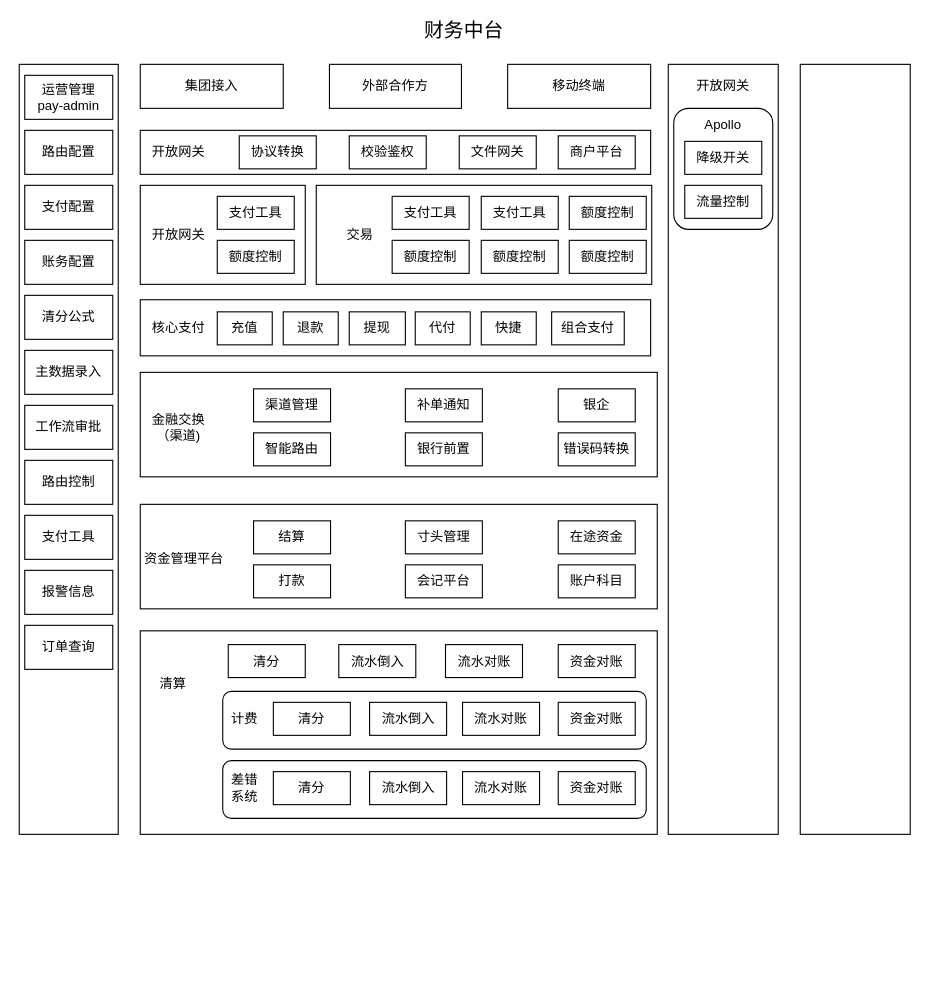
This is 财务中台架构图.drawio from ythawed/diagrams, a draw.io file, before an edit. Source tidied: cells renumbered, new cells numbered last; positions are measured from the earlier drawing's top-left corner, leaving out a move shared by most shapes. Both pictures are drawn from the tidied source at 110%, with x=0, y=0 at pixel (19, 20).
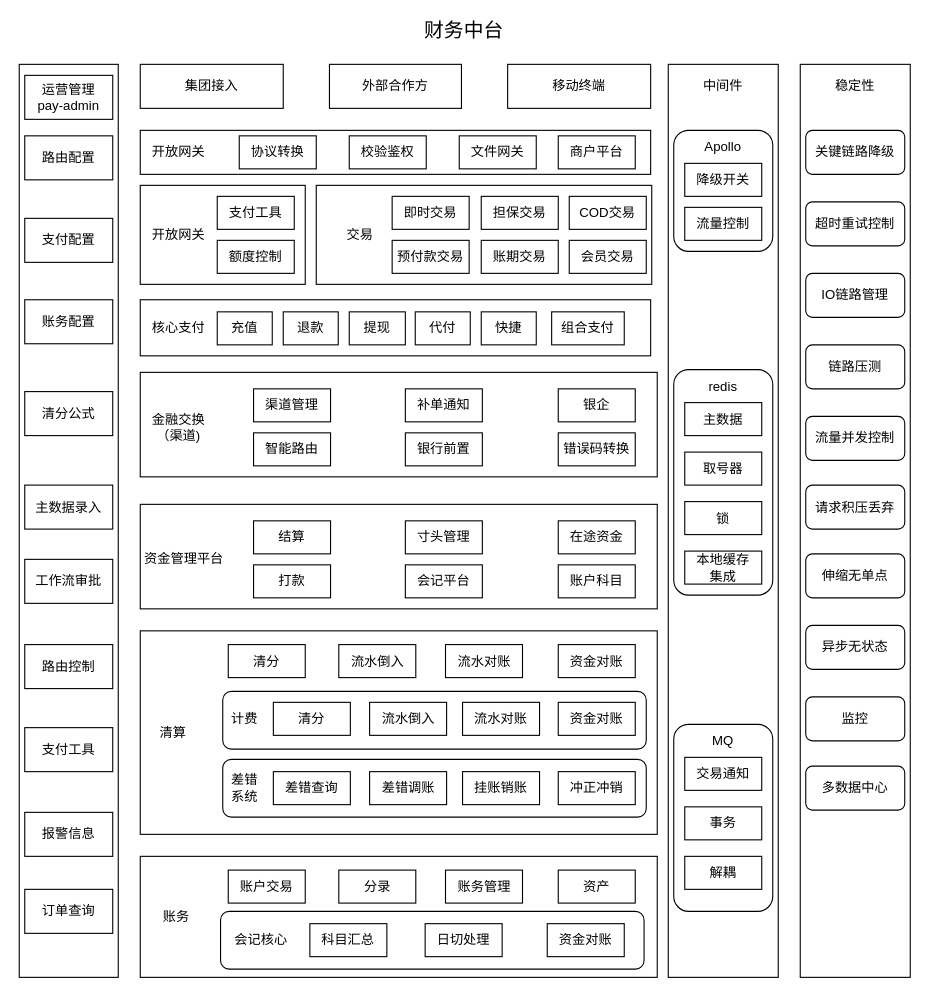
The same diagram, later.

Commit message:
Update 财务中台架构图.drawio

Change to the diagram source:
```diff
@@
+    <mxCell id="67" style="rounded=0;whiteSpace=wrap;html=1;" parent="1" vertex="1">
+      <mxGeometry x="110" y="555" width="470" height="185" as="geometry" />
+    </mxCell>
+    <mxCell id="77" style="rounded=1;whiteSpace=wrap;html=1;fillColor=none;" parent="1" vertex="1">
+      <mxGeometry x="185" y="610" width="385" height="52.5" as="geometry" />
+    </mxCell>
@@
     <mxCell id="3" style="rounded=0;whiteSpace=wrap;html=1;" parent="1" vertex="1">
-      <mxGeometry y="40" width="90" height="700" as="geometry" />
+      <mxGeometry y="40" width="90" height="830" as="geometry" />
     </mxCell>
@@
     <mxCell id="8" value="路由配置" style="rounded=0;whiteSpace=wrap;html=1;" parent="1" vertex="1">
-      <mxGeometry x="5" y="100" width="80" height="40" as="geometry" />
+      <mxGeometry x="5" y="105" width="80" height="40" as="geometry" />
     </mxCell>
     <mxCell id="9" value="支付配置" style="rounded=0;whiteSpace=wrap;html=1;" parent="1" vertex="1">
-      <mxGeometry x="5" y="150" width="80" height="40" as="geometry" />
+      <mxGeometry x="5" y="180" width="80" height="40" as="geometry" />
     </mxCell>
     <mxCell id="10" value="账务配置" style="rounded=0;whiteSpace=wrap;html=1;" parent="1" vertex="1">
-      <mxGeometry x="5" y="200" width="80" height="40" as="geometry" />
+      <mxGeometry x="5" y="254" width="80" height="40" as="geometry" />
     </mxCell>
     <mxCell id="11" value="清分公式" style="rounded=0;whiteSpace=wrap;html=1;" parent="1" vertex="1">
-      <mxGeometry x="5" y="250" width="80" height="40" as="geometry" />
+      <mxGeometry x="5" y="337.5" width="80" height="40" as="geometry" />
     </mxCell>
     <mxCell id="12" value="主数据录入" style="rounded=0;whiteSpace=wrap;html=1;" parent="1" vertex="1">
-      <mxGeometry x="5" y="300" width="80" height="40" as="geometry" />
+      <mxGeometry x="5" y="422.5" width="80" height="40" as="geometry" />
     </mxCell>
     <mxCell id="13" value="工作流审批" style="rounded=0;whiteSpace=wrap;html=1;" parent="1" vertex="1">
-      <mxGeometry x="5" y="350" width="80" height="40" as="geometry" />
+      <mxGeometry x="5" y="490" width="80" height="40" as="geometry" />
     </mxCell>
     <mxCell id="14" value="路由控制" style="rounded=0;whiteSpace=wrap;html=1;" parent="1" vertex="1">
-      <mxGeometry x="5" y="400" width="80" height="40" as="geometry" />
+      <mxGeometry x="5" y="567.5" width="80" height="40" as="geometry" />
     </mxCell>
     <mxCell id="15" value="支付工具" style="rounded=0;whiteSpace=wrap;html=1;" parent="1" vertex="1">
-      <mxGeometry x="5" y="450" width="80" height="40" as="geometry" />
+      <mxGeometry x="5" y="643" width="80" height="40" as="geometry" />
     </mxCell>
     <mxCell id="16" value="报警信息" style="rounded=0;whiteSpace=wrap;html=1;" parent="1" vertex="1">
-      <mxGeometry x="5" y="500" width="80" height="40" as="geometry" />
+      <mxGeometry x="5" y="720" width="80" height="40" as="geometry" />
     </mxCell>
     <mxCell id="17" value="订单查询" style="rounded=0;whiteSpace=wrap;html=1;" parent="1" vertex="1">
-      <mxGeometry x="5" y="550" width="80" height="40" as="geometry" />
+      <mxGeometry x="5" y="790" width="80" height="40" as="geometry" />
     </mxCell>
     <mxCell id="18" style="rounded=0;whiteSpace=wrap;html=1;" parent="1" vertex="1">
-      <mxGeometry x="590" y="40" width="100" height="700" as="geometry" />
+      <mxGeometry x="590" y="40" width="100" height="830" as="geometry" />
     </mxCell>
     <mxCell id="19" style="rounded=0;whiteSpace=wrap;html=1;" parent="1" vertex="1">
-      <mxGeometry x="710" y="40" width="100" height="700" as="geometry" />
+      <mxGeometry x="710" y="40" width="100" height="830" as="geometry" />
     </mxCell>
@@
-    <mxCell id="32" value="&lt;font style=&quot;font-size: 12px&quot;&gt;支付工具&lt;/font&gt;" style="rounded=0;whiteSpace=wrap;html=1;" parent="1" vertex="1">
+    <mxCell id="32" value="&lt;font style=&quot;font-size: 12px&quot;&gt;即时交易&lt;/font&gt;" style="rounded=0;whiteSpace=wrap;html=1;" parent="1" vertex="1">
       <mxGeometry x="339" y="160" width="70" height="30" as="geometry" />
     </mxCell>
-    <mxCell id="33" value="&lt;font style=&quot;font-size: 12px&quot;&gt;额度控制&lt;/font&gt;" style="rounded=0;whiteSpace=wrap;html=1;" parent="1" vertex="1">
+    <mxCell id="33" value="&lt;font style=&quot;font-size: 12px&quot;&gt;预付款交易&lt;/font&gt;" style="rounded=0;whiteSpace=wrap;html=1;" parent="1" vertex="1">
       <mxGeometry x="339" y="200" width="70" height="30" as="geometry" />
     </mxCell>
-    <mxCell id="34" value="&lt;font style=&quot;font-size: 12px&quot;&gt;支付工具&lt;/font&gt;" style="rounded=0;whiteSpace=wrap;html=1;" parent="1" vertex="1">
+    <mxCell id="34" value="&lt;font style=&quot;font-size: 12px&quot;&gt;担保交易&lt;br&gt;&lt;/font&gt;" style="rounded=0;whiteSpace=wrap;html=1;" parent="1" vertex="1">
       <mxGeometry x="420" y="160" width="70" height="30" as="geometry" />
     </mxCell>
-    <mxCell id="35" value="&lt;font style=&quot;font-size: 12px&quot;&gt;额度控制&lt;/font&gt;" style="rounded=0;whiteSpace=wrap;html=1;" parent="1" vertex="1">
+    <mxCell id="35" value="&lt;font style=&quot;font-size: 12px&quot;&gt;账期交易&lt;/font&gt;" style="rounded=0;whiteSpace=wrap;html=1;" parent="1" vertex="1">
       <mxGeometry x="420" y="200" width="70" height="30" as="geometry" />
     </mxCell>
-    <mxCell id="36" value="&lt;font style=&quot;font-size: 12px&quot;&gt;额度控制&lt;/font&gt;" style="rounded=0;whiteSpace=wrap;html=1;" parent="1" vertex="1">
+    <mxCell id="36" value="&lt;font style=&quot;font-size: 12px&quot;&gt;COD交易&lt;/font&gt;" style="rounded=0;whiteSpace=wrap;html=1;" parent="1" vertex="1">
       <mxGeometry x="500" y="160" width="70" height="30" as="geometry" />
     </mxCell>
-    <mxCell id="37" value="&lt;font style=&quot;font-size: 12px&quot;&gt;额度控制&lt;/font&gt;" style="rounded=0;whiteSpace=wrap;html=1;" parent="1" vertex="1">
+    <mxCell id="37" value="&lt;font style=&quot;font-size: 12px&quot;&gt;会员交易&lt;/font&gt;" style="rounded=0;whiteSpace=wrap;html=1;" parent="1" vertex="1">
       <mxGeometry x="500" y="200" width="70" height="30" as="geometry" />
     </mxCell>
@@
-    <mxCell id="46" value="&lt;font style=&quot;font-size: 12px&quot;&gt;开放网关&lt;/font&gt;" style="rounded=0;whiteSpace=wrap;html=1;fillColor=none;strokeColor=none;" parent="1" vertex="1">
+    <mxCell id="46" value="&lt;font style=&quot;font-size: 12px&quot;&gt;中间件&lt;/font&gt;" style="rounded=0;whiteSpace=wrap;html=1;fillColor=none;strokeColor=none;" parent="1" vertex="1">
       <mxGeometry x="605" y="40" width="70" height="40" as="geometry" />
     </mxCell>
     <mxCell id="47" style="rounded=1;whiteSpace=wrap;html=1;fillColor=none;" parent="1" vertex="1">
-      <mxGeometry x="595" y="80" width="90" height="110" as="geometry" />
+      <mxGeometry x="595" y="100" width="90" height="110" as="geometry" />
     </mxCell>
     <mxCell id="48" value="Apollo" style="text;html=1;strokeColor=none;fillColor=none;align=center;verticalAlign=middle;whiteSpace=wrap;rounded=0;" parent="1" vertex="1">
-      <mxGeometry x="620" y="85" width="40" height="20" as="geometry" />
+      <mxGeometry x="620" y="105" width="40" height="20" as="geometry" />
     </mxCell>
     <mxCell id="49" value="降级开关" style="rounded=0;whiteSpace=wrap;html=1;" parent="1" vertex="1">
-      <mxGeometry x="605" y="110" width="70" height="30" as="geometry" />
+      <mxGeometry x="605" y="130" width="70" height="30" as="geometry" />
     </mxCell>
     <mxCell id="50" value="流量控制" style="rounded=0;whiteSpace=wrap;html=1;" parent="1" vertex="1">
-      <mxGeometry x="605" y="150" width="70" height="30" as="geometry" />
+      <mxGeometry x="605" y="170" width="70" height="30" as="geometry" />
     </mxCell>
@@
-    <mxCell id="67" style="rounded=0;whiteSpace=wrap;html=1;" parent="1" vertex="1">
-      <mxGeometry x="110" y="555" width="470" height="185" as="geometry" />
-    </mxCell>
     <mxCell id="68" value="&lt;font style=&quot;font-size: 12px&quot;&gt;清算&lt;br&gt;&lt;/font&gt;" style="rounded=0;whiteSpace=wrap;html=1;fillColor=none;strokeColor=none;" parent="1" vertex="1">
-      <mxGeometry x="100" y="582.5" width="80" height="40" as="geometry" />
+      <mxGeometry x="100" y="627.5" width="80" height="40" as="geometry" />
     </mxCell>
@@
+    <mxCell id="78" value="&lt;font style=&quot;font-size: 12px&quot;&gt;计费&lt;br&gt;&lt;/font&gt;" style="rounded=0;whiteSpace=wrap;html=1;fillColor=none;strokeColor=none;" parent="1" vertex="1">
+      <mxGeometry x="165" y="615" width="80" height="40" as="geometry" />
+    </mxCell>
+    <mxCell id="83" style="rounded=1;whiteSpace=wrap;html=1;fillColor=none;" parent="1" vertex="1">
+      <mxGeometry x="185" y="671.8" width="385" height="52.5" as="geometry" />
+    </mxCell>
+    <mxCell id="84" value="&lt;font style=&quot;font-size: 12px&quot;&gt;差错&lt;br&gt;系统&lt;br&gt;&lt;/font&gt;" style="rounded=0;whiteSpace=wrap;html=1;fillColor=none;strokeColor=none;" parent="1" vertex="1">
+      <mxGeometry x="165" y="678" width="80" height="40" as="geometry" />
+    </mxCell>
@@
-    <mxCell id="77" style="rounded=1;whiteSpace=wrap;html=1;fillColor=none;" parent="1" vertex="1">
-      <mxGeometry x="185" y="610" width="385" height="52.5" as="geometry" />
-    </mxCell>
-    <mxCell id="78" value="&lt;font style=&quot;font-size: 12px&quot;&gt;计费&lt;br&gt;&lt;/font&gt;" style="rounded=0;whiteSpace=wrap;html=1;fillColor=none;strokeColor=none;" parent="1" vertex="1">
-      <mxGeometry x="165" y="615" width="80" height="40" as="geometry" />
-    </mxCell>
-    <mxCell id="79" value="&lt;font style=&quot;font-size: 12px&quot;&gt;流水倒入&lt;/font&gt;" style="rounded=0;whiteSpace=wrap;html=1;" parent="1" vertex="1">
+    <mxCell id="79" value="&lt;font style=&quot;font-size: 12px&quot;&gt;差错调账&lt;/font&gt;" style="rounded=0;whiteSpace=wrap;html=1;" parent="1" vertex="1">
       <mxGeometry x="318.5" y="683" width="70" height="30" as="geometry" />
     </mxCell>
-    <mxCell id="80" value="流水对账" style="rounded=0;whiteSpace=wrap;html=1;" parent="1" vertex="1">
+    <mxCell id="80" value="挂账销账" style="rounded=0;whiteSpace=wrap;html=1;" parent="1" vertex="1">
       <mxGeometry x="403" y="683" width="70" height="30" as="geometry" />
     </mxCell>
-    <mxCell id="81" value="&lt;font style=&quot;font-size: 12px&quot;&gt;资金对账&lt;/font&gt;" style="rounded=0;whiteSpace=wrap;html=1;" parent="1" vertex="1">
+    <mxCell id="81" value="&lt;font style=&quot;font-size: 12px&quot;&gt;冲正冲销&lt;/font&gt;" style="rounded=0;whiteSpace=wrap;html=1;" parent="1" vertex="1">
       <mxGeometry x="490" y="683" width="70" height="30" as="geometry" />
     </mxCell>
-    <mxCell id="82" value="清分" style="rounded=0;whiteSpace=wrap;html=1;" parent="1" vertex="1">
+    <mxCell id="82" value="差错查询" style="rounded=0;whiteSpace=wrap;html=1;" parent="1" vertex="1">
       <mxGeometry x="231" y="683" width="70" height="30" as="geometry" />
     </mxCell>
-    <mxCell id="83" style="rounded=1;whiteSpace=wrap;html=1;fillColor=none;" parent="1" vertex="1">
-      <mxGeometry x="185" y="673" width="385" height="52.5" as="geometry" />
-    </mxCell>
-    <mxCell id="84" value="&lt;font style=&quot;font-size: 12px&quot;&gt;差错&lt;br&gt;系统&lt;br&gt;&lt;/font&gt;" style="rounded=0;whiteSpace=wrap;html=1;fillColor=none;strokeColor=none;" parent="1" vertex="1">
-      <mxGeometry x="165" y="678" width="80" height="40" as="geometry" />
-    </mxCell>
+    <mxCell id="85" style="rounded=0;whiteSpace=wrap;html=1;" parent="1" vertex="1">
+      <mxGeometry x="110" y="760" width="470" height="110" as="geometry" />
+    </mxCell>
+    <mxCell id="86" style="rounded=1;whiteSpace=wrap;html=1;fillColor=none;" parent="1" vertex="1">
+      <mxGeometry x="183" y="810" width="385" height="52.5" as="geometry" />
+    </mxCell>
+    <mxCell id="87" value="分录" style="rounded=0;whiteSpace=wrap;html=1;" parent="1" vertex="1">
+      <mxGeometry x="290.5" y="772.5" width="70" height="30" as="geometry" />
+    </mxCell>
+    <mxCell id="88" value="账务管理" style="rounded=0;whiteSpace=wrap;html=1;" parent="1" vertex="1">
+      <mxGeometry x="387.5" y="772.5" width="70" height="30" as="geometry" />
+    </mxCell>
+    <mxCell id="89" value="&lt;font style=&quot;font-size: 12px&quot;&gt;资产&lt;/font&gt;" style="rounded=0;whiteSpace=wrap;html=1;" parent="1" vertex="1">
+      <mxGeometry x="490" y="772.5" width="70" height="30" as="geometry" />
+    </mxCell>
+    <mxCell id="90" value="账户交易" style="rounded=0;whiteSpace=wrap;html=1;" parent="1" vertex="1">
+      <mxGeometry x="190" y="772.5" width="70" height="30" as="geometry" />
+    </mxCell>
+    <mxCell id="91" value="&lt;font style=&quot;font-size: 12px&quot;&gt;会记核心&lt;br&gt;&lt;/font&gt;" style="rounded=0;whiteSpace=wrap;html=1;fillColor=none;strokeColor=none;" parent="1" vertex="1">
+      <mxGeometry x="180" y="816.2" width="80" height="40" as="geometry" />
+    </mxCell>
+    <mxCell id="92" value="&lt;font style=&quot;font-size: 12px&quot;&gt;科目汇总&lt;/font&gt;" style="rounded=0;whiteSpace=wrap;html=1;" parent="1" vertex="1">
+      <mxGeometry x="264.2" y="821.2" width="70" height="30" as="geometry" />
+    </mxCell>
+    <mxCell id="93" value="日切处理" style="rounded=0;whiteSpace=wrap;html=1;" parent="1" vertex="1">
+      <mxGeometry x="369" y="821.2" width="70" height="30" as="geometry" />
+    </mxCell>
+    <mxCell id="94" value="&lt;font style=&quot;font-size: 12px&quot;&gt;资金对账&lt;/font&gt;" style="rounded=0;whiteSpace=wrap;html=1;" parent="1" vertex="1">
+      <mxGeometry x="480" y="821.2" width="70" height="30" as="geometry" />
+    </mxCell>
+    <mxCell id="95" value="&lt;font style=&quot;font-size: 12px&quot;&gt;账务&lt;br&gt;&lt;/font&gt;" style="rounded=0;whiteSpace=wrap;html=1;fillColor=none;strokeColor=none;" parent="1" vertex="1">
+      <mxGeometry x="103" y="795" width="80" height="40" as="geometry" />
+    </mxCell>
+    <mxCell id="96" style="rounded=1;whiteSpace=wrap;html=1;fillColor=none;" parent="1" vertex="1">
+      <mxGeometry x="595" y="317.5" width="90" height="205" as="geometry" />
+    </mxCell>
+    <mxCell id="97" value="redis" style="text;html=1;strokeColor=none;fillColor=none;align=center;verticalAlign=middle;whiteSpace=wrap;rounded=0;" parent="1" vertex="1">
+      <mxGeometry x="620" y="322.5" width="40" height="20" as="geometry" />
+    </mxCell>
+    <mxCell id="98" value="主数据" style="rounded=0;whiteSpace=wrap;html=1;" parent="1" vertex="1">
+      <mxGeometry x="605" y="347.5" width="70" height="30" as="geometry" />
+    </mxCell>
+    <mxCell id="99" value="取号器" style="rounded=0;whiteSpace=wrap;html=1;" parent="1" vertex="1">
+      <mxGeometry x="605" y="392.5" width="70" height="30" as="geometry" />
+    </mxCell>
+    <mxCell id="100" value="锁" style="rounded=0;whiteSpace=wrap;html=1;" parent="1" vertex="1">
+      <mxGeometry x="605" y="437.5" width="70" height="30" as="geometry" />
+    </mxCell>
+    <mxCell id="101" value="本地缓存&lt;br&gt;集成" style="rounded=0;whiteSpace=wrap;html=1;" parent="1" vertex="1">
+      <mxGeometry x="605" y="482.5" width="70" height="30" as="geometry" />
+    </mxCell>
+    <mxCell id="102" style="rounded=1;whiteSpace=wrap;html=1;fillColor=none;" parent="1" vertex="1">
+      <mxGeometry x="595" y="640" width="90" height="170" as="geometry" />
+    </mxCell>
+    <mxCell id="103" value="MQ" style="text;html=1;strokeColor=none;fillColor=none;align=center;verticalAlign=middle;whiteSpace=wrap;rounded=0;" parent="1" vertex="1">
+      <mxGeometry x="620" y="645" width="40" height="20" as="geometry" />
+    </mxCell>
+    <mxCell id="104" value="交易通知" style="rounded=0;whiteSpace=wrap;html=1;" parent="1" vertex="1">
+      <mxGeometry x="605" y="670" width="70" height="30" as="geometry" />
+    </mxCell>
+    <mxCell id="105" value="事务" style="rounded=0;whiteSpace=wrap;html=1;" parent="1" vertex="1">
+      <mxGeometry x="605" y="715" width="70" height="30" as="geometry" />
+    </mxCell>
+    <mxCell id="106" value="解耦" style="rounded=0;whiteSpace=wrap;html=1;" parent="1" vertex="1">
+      <mxGeometry x="605" y="760" width="70" height="30" as="geometry" />
+    </mxCell>
+    <mxCell id="107" value="&lt;font style=&quot;font-size: 12px&quot;&gt;稳定性&lt;/font&gt;" style="rounded=0;whiteSpace=wrap;html=1;fillColor=none;strokeColor=none;" parent="1" vertex="1">
+      <mxGeometry x="725" y="40" width="70" height="40" as="geometry" />
+    </mxCell>
+    <mxCell id="108" value="关键链路降级" style="rounded=1;whiteSpace=wrap;html=1;fillColor=none;" parent="1" vertex="1">
+      <mxGeometry x="715" y="100" width="90" height="40" as="geometry" />
+    </mxCell>
+    <mxCell id="109" value="超时重试控制" style="rounded=1;whiteSpace=wrap;html=1;fillColor=none;" parent="1" vertex="1">
+      <mxGeometry x="715" y="165" width="90" height="40" as="geometry" />
+    </mxCell>
+    <mxCell id="110" value="IO链路管理" style="rounded=1;whiteSpace=wrap;html=1;fillColor=none;" parent="1" vertex="1">
+      <mxGeometry x="715" y="230" width="90" height="40" as="geometry" />
+    </mxCell>
+    <mxCell id="111" value="链路压测" style="rounded=1;whiteSpace=wrap;html=1;fillColor=none;" parent="1" vertex="1">
+      <mxGeometry x="715" y="295" width="90" height="40" as="geometry" />
+    </mxCell>
+    <mxCell id="112" value="流量并发控制" style="rounded=1;whiteSpace=wrap;html=1;fillColor=none;" parent="1" vertex="1">
+      <mxGeometry x="715" y="360" width="90" height="40" as="geometry" />
+    </mxCell>
+    <mxCell id="113" value="请求积压丢弃" style="rounded=1;whiteSpace=wrap;html=1;fillColor=none;" parent="1" vertex="1">
+      <mxGeometry x="715" y="422.5" width="90" height="40" as="geometry" />
+    </mxCell>
+    <mxCell id="114" value="伸缩无单点" style="rounded=1;whiteSpace=wrap;html=1;fillColor=none;" parent="1" vertex="1">
+      <mxGeometry x="715" y="485" width="90" height="40" as="geometry" />
+    </mxCell>
+    <mxCell id="115" value="异步无状态" style="rounded=1;whiteSpace=wrap;html=1;fillColor=none;" parent="1" vertex="1">
+      <mxGeometry x="715" y="550" width="90" height="40" as="geometry" />
+    </mxCell>
+    <mxCell id="116" value="监控" style="rounded=1;whiteSpace=wrap;html=1;fillColor=none;" parent="1" vertex="1">
+      <mxGeometry x="715" y="615" width="90" height="40" as="geometry" />
+    </mxCell>
+    <mxCell id="117" value="多数据中心" style="rounded=1;whiteSpace=wrap;html=1;fillColor=none;" parent="1" vertex="1">
+      <mxGeometry x="715" y="678" width="90" height="40" as="geometry" />
+    </mxCell>
```
